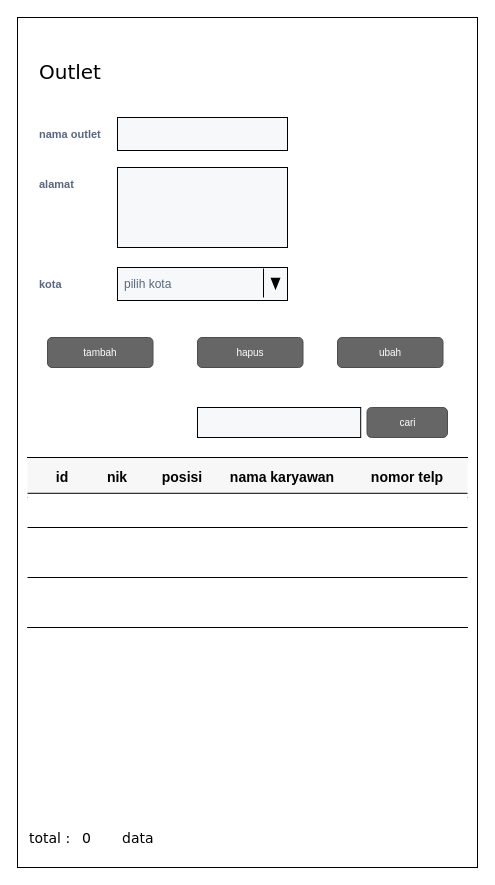
mqnoy/kakapeh keeps this draw.io diagram as diagram/rancangan_layar/master_outlet.drawio. Above is the earlier version. Source tidied: cells renumbered, new cells numbered last; positions are measured from the earlier drawing's top-left corner, leaving out a move shared by most shapes. Both pictures are drawn from the tidied source at 100%, with x=0, y=0 at pixel (17, 17).
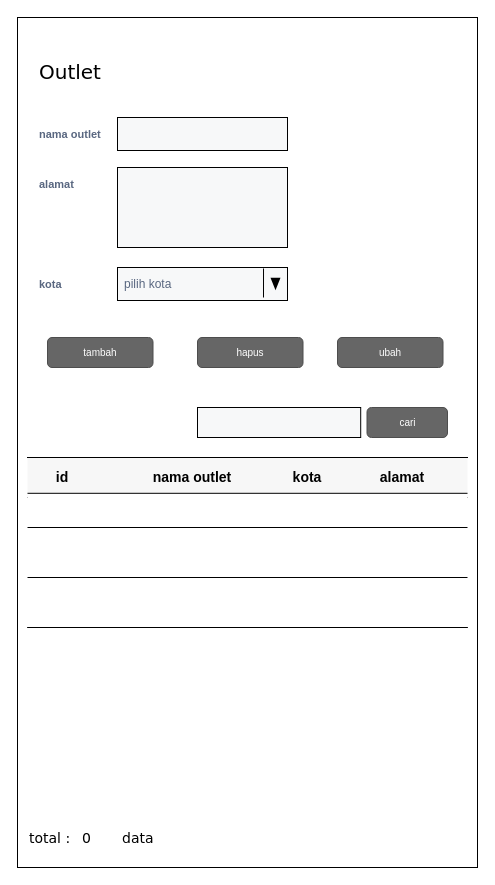
After the change.

The change refers to these unchanged cells:
```xml
<mxCell id="5" style="html=1;shadow=0;dashed=0;shape=mxgraph.bootstrap.horLines;strokeColor=inherit;fillColor=#000000;fillOpacity=3;" parent="4" vertex="1">
  <mxGeometry width="440" height="40" relative="1" as="geometry" />
</mxCell>
```

What changed in the source:
```diff
@@
-    <mxCell id="7" value="nik" style="html=1;shadow=0;dashed=0;shape=mxgraph.bootstrap.rect;strokeColor=none;fillColor=none;fontSize=14;fontStyle=1;align=center;whiteSpace=wrap;" parent="5" vertex="1">
-      <mxGeometry width="60" height="40" relative="1" as="geometry">
-        <mxPoint x="60" as="offset" />
+    <mxCell id="7" value="nama outlet" style="html=1;shadow=0;dashed=0;shape=mxgraph.bootstrap.rect;strokeColor=none;fillColor=none;fontSize=14;fontStyle=1;align=center;whiteSpace=wrap;" parent="5" vertex="1">
+      <mxGeometry width="170" height="40" relative="1" as="geometry">
+        <mxPoint x="80" as="offset" />
       </mxGeometry>
     </mxCell>
-    <mxCell id="8" value="posisi" style="html=1;shadow=0;dashed=0;shape=mxgraph.bootstrap.rect;strokeColor=none;fillColor=none;fontSize=14;fontStyle=1;align=center;whiteSpace=wrap;" parent="5" vertex="1">
+    <mxCell id="8" value="kota" style="html=1;shadow=0;dashed=0;shape=mxgraph.bootstrap.rect;strokeColor=none;fillColor=none;fontSize=14;fontStyle=1;align=center;whiteSpace=wrap;" parent="5" vertex="1">
       <mxGeometry width="70" height="40" relative="1" as="geometry">
-        <mxPoint x="120" as="offset" />
+        <mxPoint x="245" as="offset" />
       </mxGeometry>
     </mxCell>
-    <mxCell id="9" value="nama karyawan" style="html=1;shadow=0;dashed=0;shape=mxgraph.bootstrap.rect;strokeColor=none;fillColor=none;fontSize=14;fontStyle=1;align=center;whiteSpace=wrap;" parent="5" vertex="1">
+    <mxCell id="9" value="alamat" style="html=1;shadow=0;dashed=0;shape=mxgraph.bootstrap.rect;strokeColor=none;fillColor=none;fontSize=14;fontStyle=1;align=center;whiteSpace=wrap;" parent="5" vertex="1">
       <mxGeometry width="130" height="40" relative="1" as="geometry">
-        <mxPoint x="190" as="offset" />
+        <mxPoint x="310" as="offset" />
       </mxGeometry>
     </mxCell>
-    <mxCell id="10" value="nomor telp" style="html=1;shadow=0;dashed=0;shape=mxgraph.bootstrap.rect;strokeColor=none;fillColor=none;fontSize=14;fontStyle=1;align=center;whiteSpace=wrap;" parent="5" vertex="1">
-      <mxGeometry width="120" height="40" relative="1" as="geometry">
-        <mxPoint x="320" as="offset" />
-      </mxGeometry>
-    </mxCell>
```
